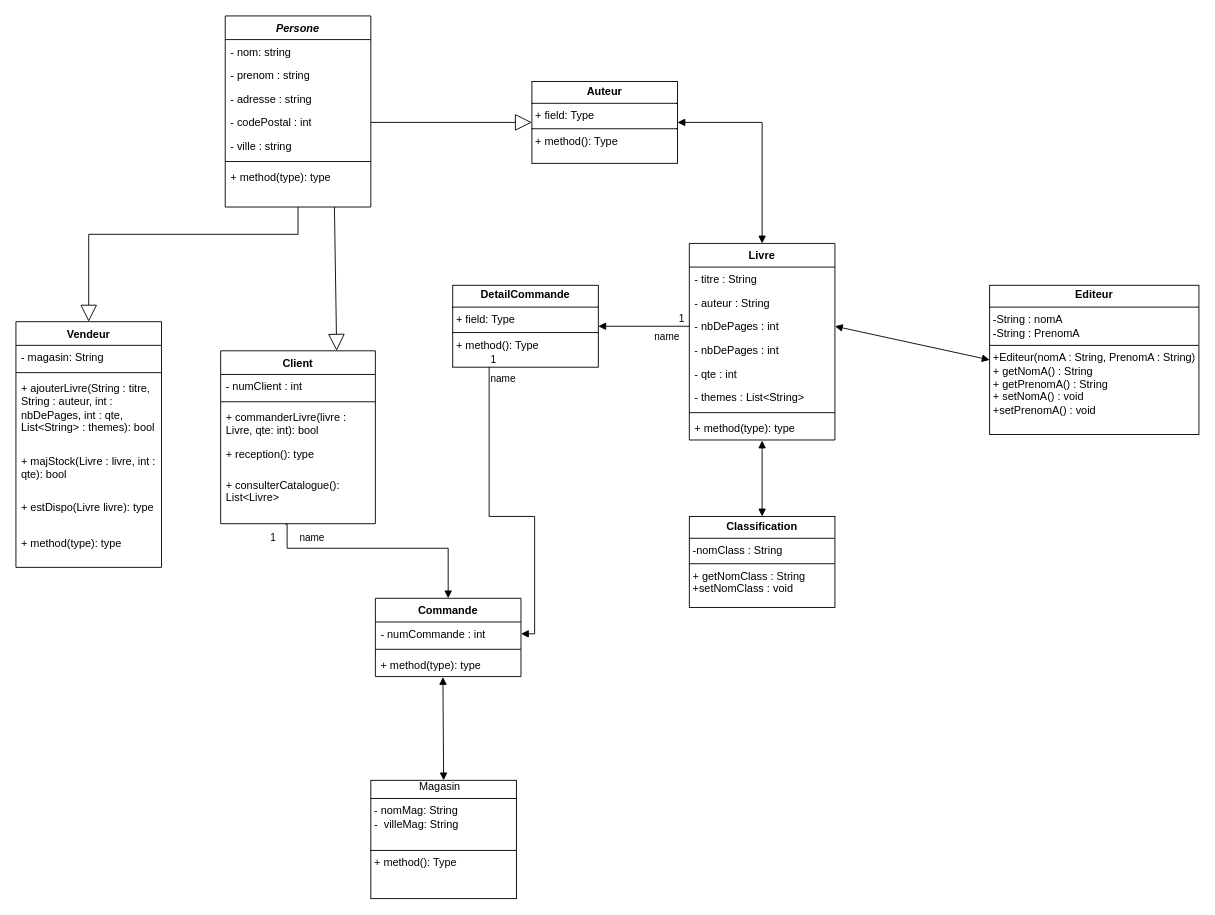
NolhanDolou/SAE_JAVA keeps this draw.io diagram as diagrammedeclasse.drawio. Above is the earlier version. Source tidied: cells renumbered, new cells numbered last; positions are measured from the earlier drawing's top-left corner, leaving out a move shared by most shapes. Both pictures are drawn from the tidied source at 91%, with x=0, y=0 at pixel (15, 15).
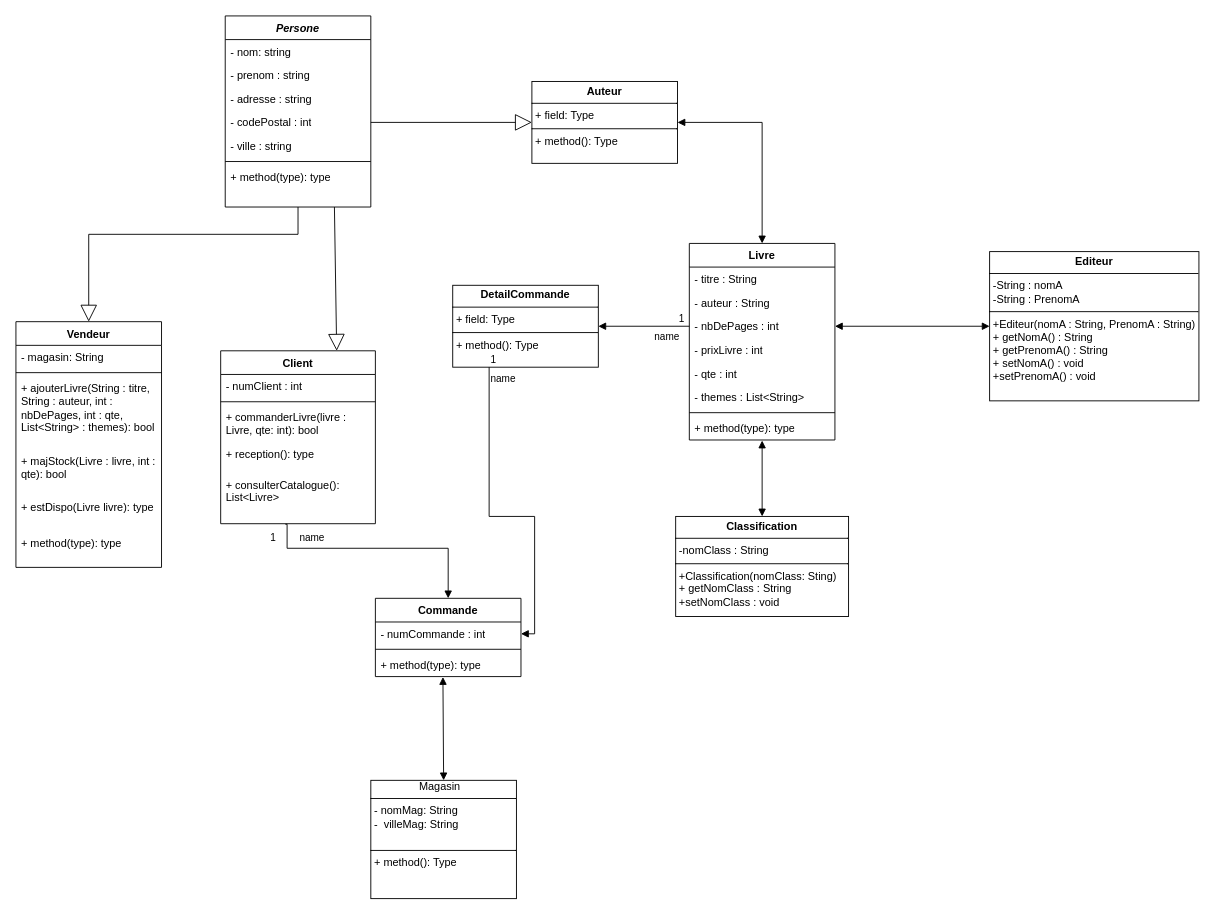
The same page after the edit.

Commit message:
autre modif

Unchanged cells that the change refers to:
```xml
<mxCell id="23" value="Livre" style="swimlane;fontStyle=1;align=center;verticalAlign=top;horizontal=1;startSize=26;whiteSpace=wrap;html=1;" parent="1" vertex="1">
  <mxGeometry x="740" y="250" width="160" height="216" as="geometry" />
</mxCell>
```

Change to the diagram source:
```diff
@@
-    <mxCell id="27" value="- nbDePages : int" style="text;strokeColor=none;fillColor=none;align=left;verticalAlign=top;spacingLeft=4;spacingRight=4;overflow=hidden;whiteSpace=wrap;html=1;" parent="23" vertex="1">
+    <mxCell id="27" value="&lt;div&gt;- prixLivre : int&lt;/div&gt;" style="text;strokeColor=none;fillColor=none;align=left;verticalAlign=top;spacingLeft=4;spacingRight=4;overflow=hidden;whiteSpace=wrap;html=1;" parent="23" vertex="1">
       <mxGeometry y="104" width="160" height="26" as="geometry" />
     </mxCell>
@@
     <mxCell id="41" value="&lt;p style=&quot;margin:0px;margin-top:4px;text-align:center;&quot;&gt;&lt;b&gt;Editeur&lt;/b&gt;&lt;/p&gt;&lt;hr size=&quot;1&quot; style=&quot;border-style:solid;&quot;&gt;&lt;p style=&quot;margin:0px;margin-left:4px;&quot;&gt;-String : nomA&lt;/p&gt;&lt;p style=&quot;margin:0px;margin-left:4px;&quot;&gt;-String : PrenomA&lt;/p&gt;&lt;hr size=&quot;1&quot; style=&quot;border-style:solid;&quot;&gt;&lt;p style=&quot;margin:0px;margin-left:4px;&quot;&gt;+Editeur(nomA : String, PrenomA : String)&lt;/p&gt;&lt;p style=&quot;margin:0px;margin-left:4px;&quot;&gt;+ getNomA() : String&lt;/p&gt;&lt;p style=&quot;margin:0px;margin-left:4px;&quot;&gt;+ getPrenomA() : String&lt;/p&gt;&lt;p style=&quot;margin:0px;margin-left:4px;&quot;&gt;+ setNomA() : void&lt;/p&gt;&lt;p style=&quot;margin:0px;margin-left:4px;&quot;&gt;+setPrenomA() : void&lt;/p&gt;&lt;p style=&quot;margin:0px;margin-left:4px;&quot;&gt;&lt;br&gt;&lt;/p&gt;" style="verticalAlign=top;align=left;overflow=fill;html=1;whiteSpace=wrap;" parent="1" vertex="1">
-      <mxGeometry x="1070" y="296" width="230" height="164" as="geometry" />
+      <mxGeometry x="1070" y="259" width="230" height="164" as="geometry" />
     </mxCell>
@@
-    <mxCell id="43" value="&lt;p style=&quot;margin:0px;margin-top:4px;text-align:center;&quot;&gt;&lt;b&gt;Classification&lt;/b&gt;&lt;/p&gt;&lt;hr size=&quot;1&quot; style=&quot;border-style:solid;&quot;&gt;&lt;p style=&quot;margin:0px;margin-left:4px;&quot;&gt;-nomClass : String&lt;/p&gt;&lt;hr size=&quot;1&quot; style=&quot;border-style:solid;&quot;&gt;&lt;p style=&quot;margin:0px;margin-left:4px;&quot;&gt;+ getNomClass : String&lt;/p&gt;&lt;p style=&quot;margin:0px;margin-left:4px;&quot;&gt;+setNomClass : void&lt;/p&gt;" style="verticalAlign=top;align=left;overflow=fill;html=1;whiteSpace=wrap;" parent="1" vertex="1">
-      <mxGeometry x="740" y="550" width="160" height="100" as="geometry" />
+    <mxCell id="43" value="&lt;p style=&quot;margin:0px;margin-top:4px;text-align:center;&quot;&gt;&lt;b&gt;Classification&lt;/b&gt;&lt;/p&gt;&lt;hr size=&quot;1&quot; style=&quot;border-style:solid;&quot;&gt;&lt;p style=&quot;margin:0px;margin-left:4px;&quot;&gt;-nomClass : String&lt;/p&gt;&lt;hr size=&quot;1&quot; style=&quot;border-style:solid;&quot;&gt;&lt;p style=&quot;margin:0px;margin-left:4px;&quot;&gt;+Classification(nomClass: Sting)&lt;/p&gt;&lt;p style=&quot;margin:0px;margin-left:4px;&quot;&gt;+ getNomClass : String&lt;/p&gt;&lt;p style=&quot;margin:0px;margin-left:4px;&quot;&gt;+setNomClass : void&lt;/p&gt;" style="verticalAlign=top;align=left;overflow=fill;html=1;whiteSpace=wrap;" parent="1" vertex="1">
+      <mxGeometry x="725" y="550" width="190" height="110" as="geometry" />
     </mxCell>
```
